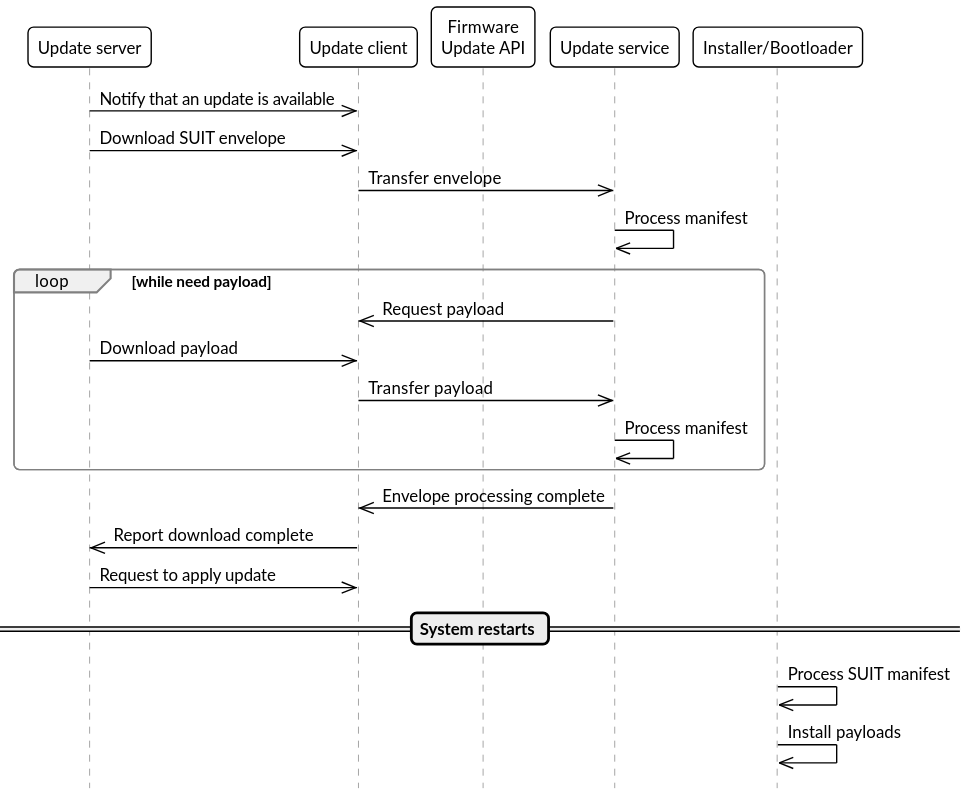
Before: design/rfc-01-fwu-suit/suit-update.svg, a diagram exported from PlantUML (ARM-software/psa-api). Its source is kept beside it as design/rfc-01-fwu-suit/suit-update.puml. Its diagram source:
```plantuml
@startuml

!include atg-spec.pumh


participant "Update server" as server
participant "Update client" as client
participant "Firmware\nUpdate API" as api
participant "Update service" as service
participant "Installer/Bootloader" as boot

server ->> client: Notify that an update is available
server ->> client: Download SUIT envelope
client ->> service: Transfer envelope
service ->> service: Process manifest
loop while need payload
    client <<- service: Request payload
    server ->> client: Download payload
    client ->> service: Transfer payload
    service ->> service: Process manifest
end
client <<- service: Envelope processing complete
server <<- client: Report download complete
server ->> client: Request to apply update

== System restarts ==

boot ->> boot: Process SUIT manifest
boot ->> boot: Install payloads


@enduml
```
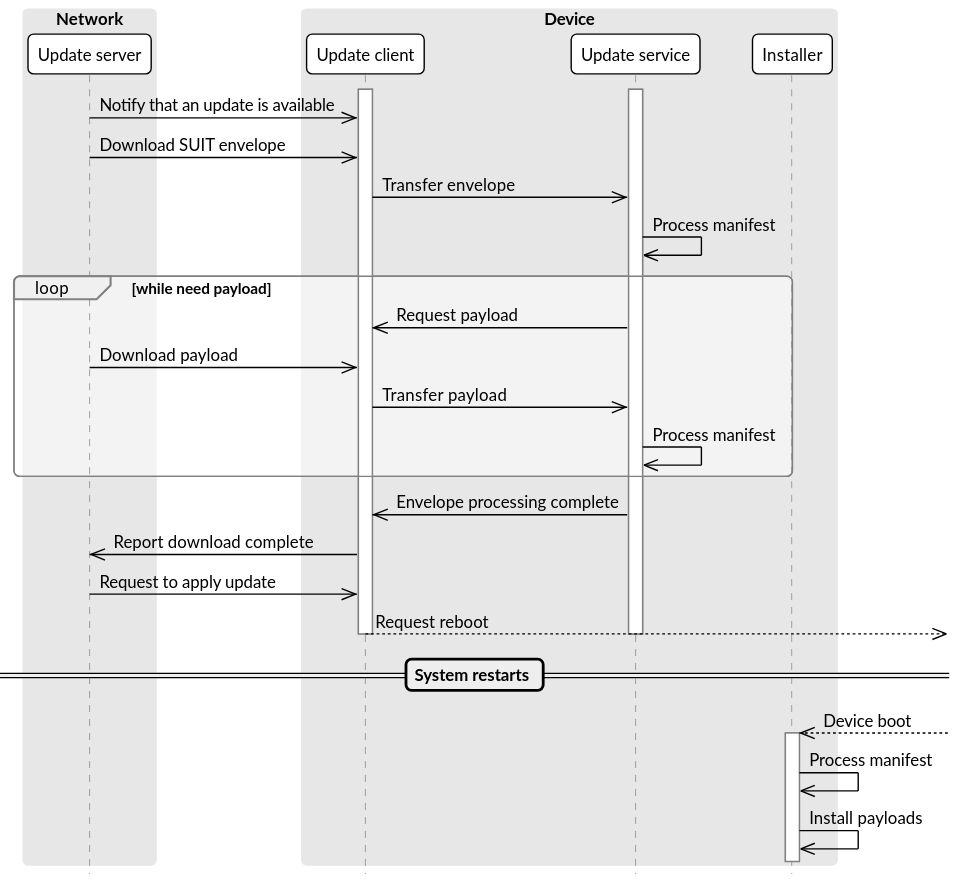
The same diagram one commit later.

Diff of the diagram source:
```diff
@@ -3,12 +3,17 @@
 !include atg-spec.pumh
 
 
+box Network
 participant "Update server" as server
+end box
+box Device
 participant "Update client" as client
-participant "Firmware\nUpdate API" as api
 participant "Update service" as service
-participant "Installer/Bootloader" as boot
+participant "Installer" as installer
+end box
 
+activate client
+activate service
 server ->> client: Notify that an update is available
 server ->> client: Download SUIT envelope
 client ->> service: Transfer envelope
@@ -23,10 +28,14 @@
 server <<- client: Report download complete
 server ->> client: Request to apply update
 
+client -->>] : Request reboot
+deactivate client
+deactivate service
+
 == System restarts ==
 
-boot ->> boot: Process SUIT manifest
-boot ->> boot: Install payloads
-
+installer <<--] ++: Device boot
+installer ->> installer: Process manifest
+installer ->> installer: Install payloads
 
 @enduml
```
